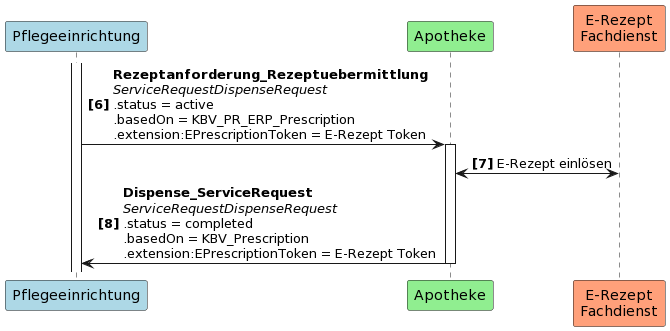
Earlier version of the PlantUML export guides/ig-rezeptanforderung/images/puml_images/UC1_2.png (gematik/spec-E-Rezept-ServiceRequest).
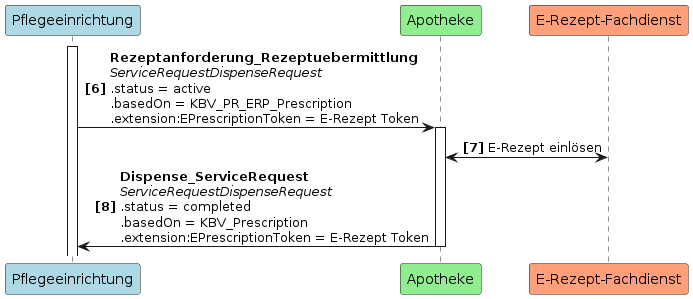
After the commit.

Commit message:
Rename E-Rezept Fachdienst

What changed in the source:
```diff
@@ -1,8 +1,8 @@
-@startuml
+@startuml UC1_2
 autonumber 6 "<b>[0]"
 participant Pflegeeinrichtung as PE #LightBlue
 participant Apotheke as A #LightGreen
-participant "E-Rezept\nFachdienst" as FD #LightSalmon
+participant "E-Rezept-Fachdienst" as FD #LightSalmon
 
 activate PE
 PE -> A++: <b>Rezeptanforderung_Rezeptuebermittlung \n<i>ServiceRequestDispenseRequest \n.status = active \n.basedOn = KBV_PR_ERP_Prescription \n.extension:EPrescriptionToken = E-Rezept Token
```
